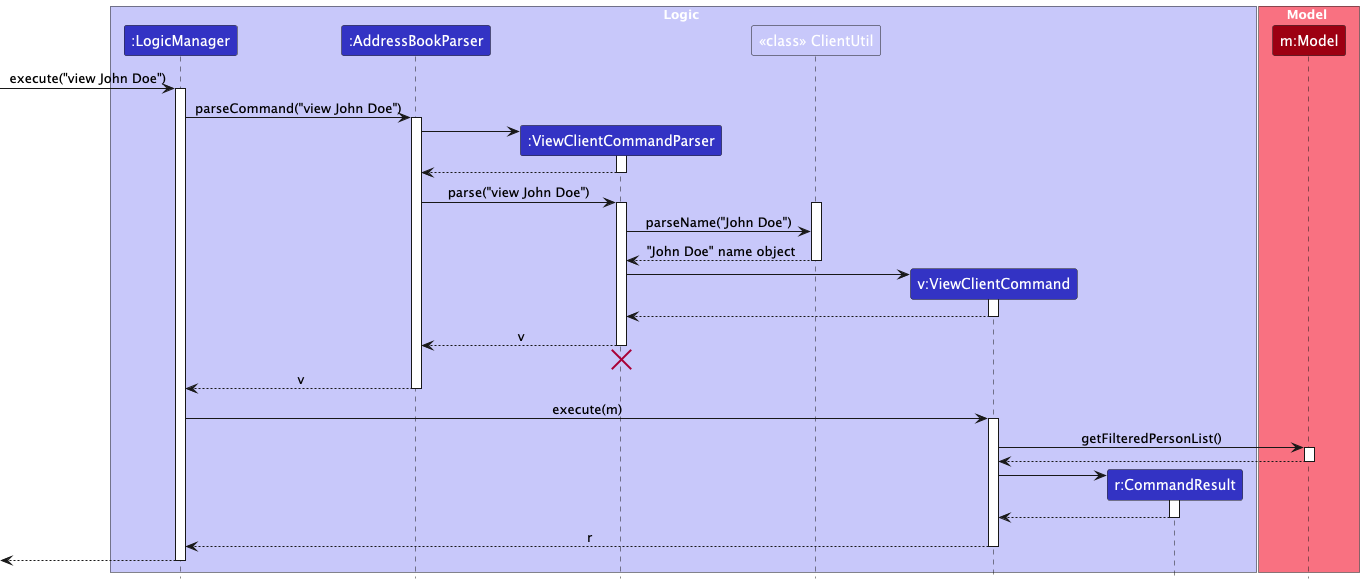
Above: docs/images/ViewSequenceDiagram.png in nus-cs2103-AY2425S1/tp (PlantUML), before the change.
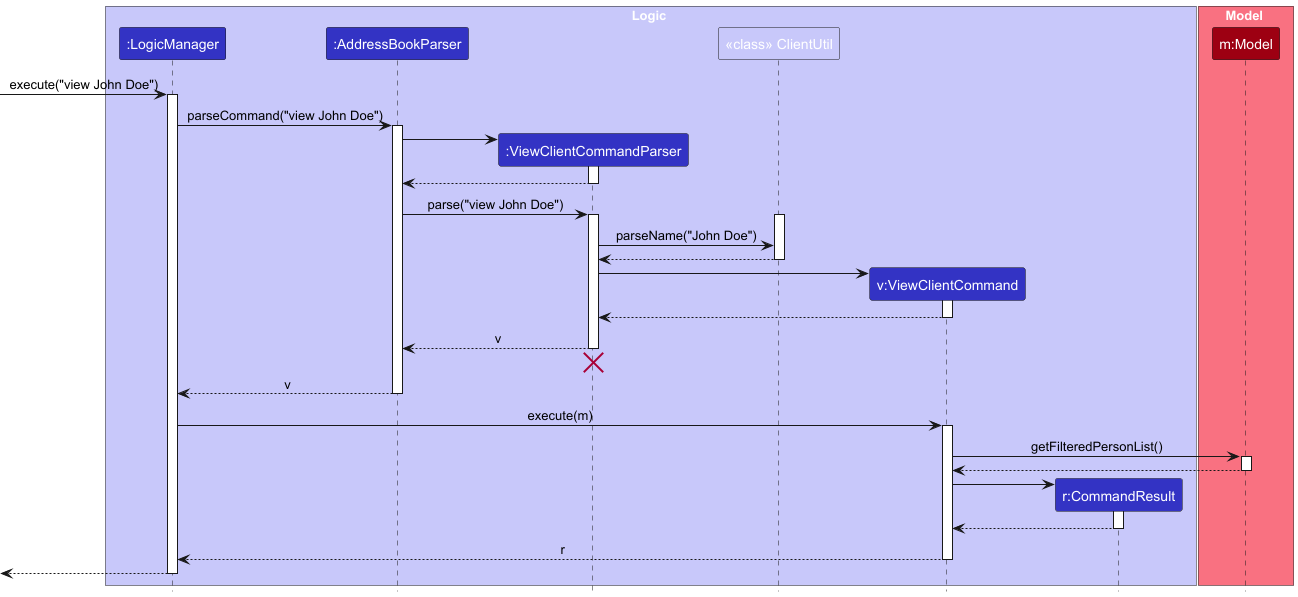
The same file after the commit.

Diff of the diagram source:
```diff
@@ -33,7 +33,7 @@
 
 activate ClientUtil
 ViewClientCommandParser -> ClientUtil : parseName("John Doe")
-ClientUtil --> ViewClientCommandParser: "John Doe" name object
+ClientUtil --> ViewClientCommandParser
 deactivate ClientUtil
 
 create ViewClientCommand
```
